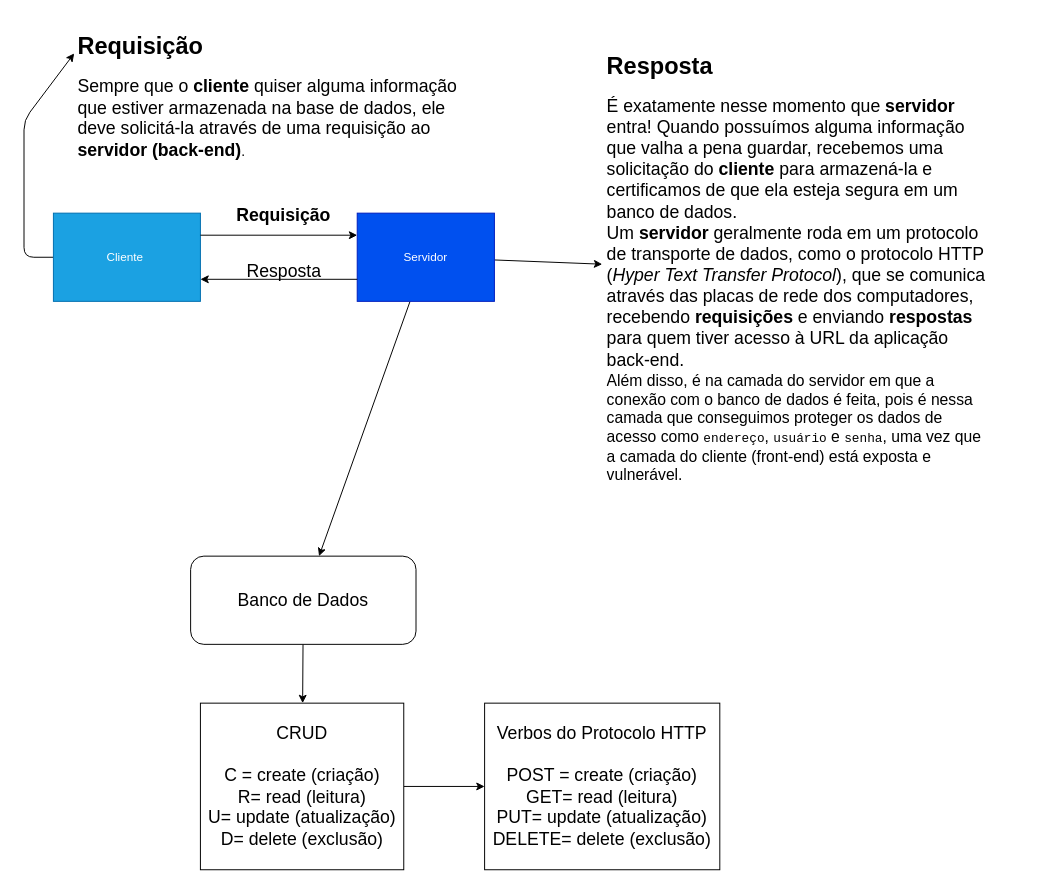
This is conceitos.drawio from YagoFogaca/API-EL-ELADON, a draw.io file, before an edit. Source tidied: cells renumbered, new cells numbered last; positions are measured from the earlier drawing's top-left corner, leaving out a move shared by most shapes. Both pictures are drawn from the tidied source at 98%, with x=0, y=0 at pixel (24, 26).
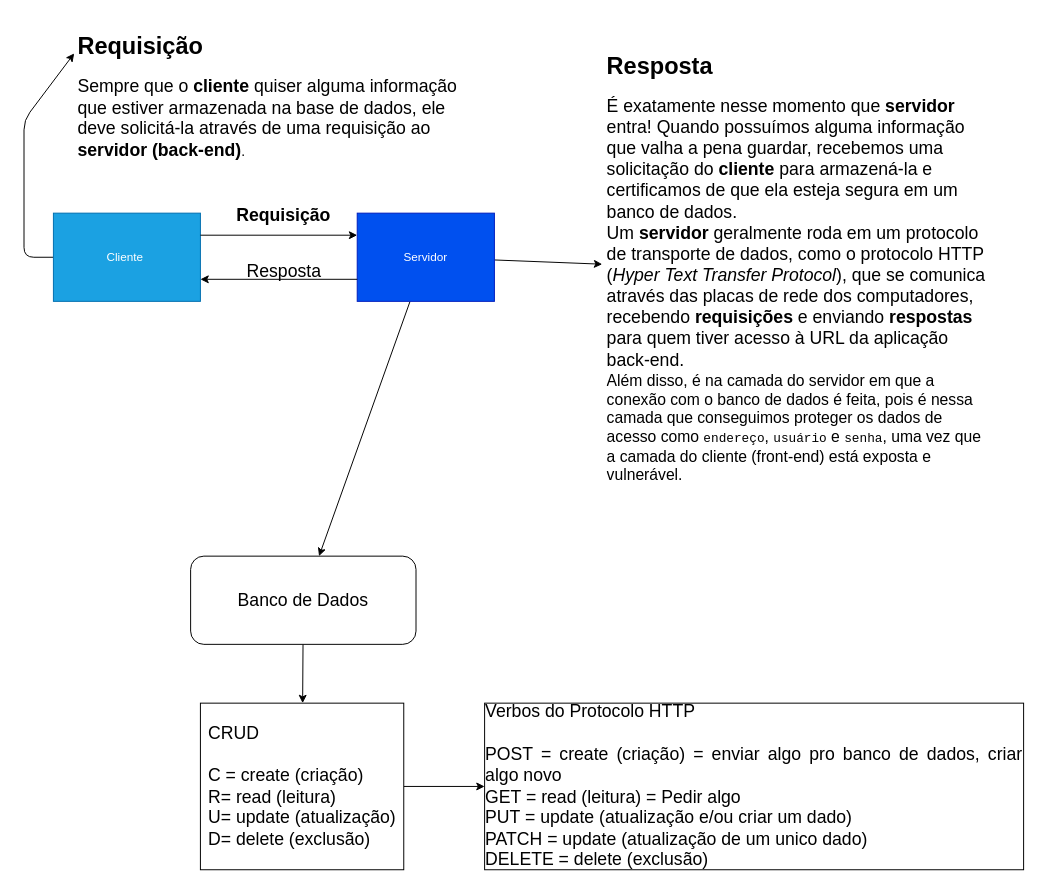
After the change.

The edit, as a diff of the source:
```diff
@@
-    <mxCell id="18" value="CRUD&lt;br&gt;&lt;br&gt;C = create (criação)&lt;br&gt;R= read (leitura)&lt;br&gt;U= update (atualização)&lt;br&gt;D= delete (exclusão)" style="rounded=0;whiteSpace=wrap;html=1;fontSize=18;" parent="1" vertex="1">
+    <mxCell id="18" value="&lt;div style=&quot;text-align: justify&quot;&gt;&lt;span&gt;CRUD&lt;/span&gt;&lt;/div&gt;&lt;div style=&quot;text-align: justify&quot;&gt;&lt;br&gt;&lt;/div&gt;&lt;div style=&quot;text-align: justify&quot;&gt;&lt;span&gt;C = create (criação)&lt;/span&gt;&lt;/div&gt;&lt;div style=&quot;text-align: justify&quot;&gt;&lt;span&gt;R= read (leitura)&lt;/span&gt;&lt;/div&gt;&lt;div style=&quot;text-align: justify&quot;&gt;&lt;span&gt;U= update (atualização)&lt;/span&gt;&lt;/div&gt;&lt;div style=&quot;text-align: justify&quot;&gt;&lt;span&gt;D= delete (exclusão)&lt;/span&gt;&lt;/div&gt;" style="rounded=0;whiteSpace=wrap;html=1;fontSize=18;" parent="1" vertex="1">
       <mxGeometry x="180" y="690" width="207.5" height="170" as="geometry" />
     </mxCell>
-    <mxCell id="19" value="&lt;span&gt;Verbos do Protocolo HTTP&lt;/span&gt;&lt;br&gt;&lt;br&gt;&lt;span&gt;POST = create (criação)&lt;/span&gt;&lt;br&gt;&lt;span&gt;GET= read (leitura)&lt;/span&gt;&lt;br&gt;&lt;span&gt;PUT= update (atualização)&lt;/span&gt;&lt;br&gt;&lt;span&gt;DELETE= delete (exclusão)&lt;/span&gt;" style="rounded=0;whiteSpace=wrap;html=1;fontSize=18;" parent="1" vertex="1">
-      <mxGeometry x="470" y="690" width="240" height="170" as="geometry" />
+    <mxCell id="19" value="&lt;div style=&quot;text-align: justify&quot;&gt;&lt;span&gt;Verbos do Protocolo HTTP&lt;/span&gt;&lt;/div&gt;&lt;div style=&quot;text-align: justify&quot;&gt;&lt;br&gt;&lt;/div&gt;&lt;span&gt;&lt;div style=&quot;text-align: justify&quot;&gt;&lt;span&gt;POST = create (criação) = enviar algo pro banco de dados, criar algo novo&lt;/span&gt;&lt;/div&gt;&lt;/span&gt;&lt;span&gt;&lt;div style=&quot;text-align: justify&quot;&gt;&lt;span&gt;GET = read (leitura) = Pedir algo&lt;/span&gt;&lt;/div&gt;&lt;div style=&quot;text-align: justify&quot;&gt;&lt;span&gt;PUT = update (atualização e/ou criar um dado)&lt;/span&gt;&lt;/div&gt;&lt;/span&gt;&lt;span&gt;&lt;div style=&quot;text-align: justify&quot;&gt;&lt;span&gt;PATCH = update (atualização de um unico dado)&lt;/span&gt;&lt;/div&gt;&lt;/span&gt;&lt;span&gt;&lt;div style=&quot;text-align: justify&quot;&gt;&lt;span&gt;DELETE = delete (exclusão)&lt;/span&gt;&lt;/div&gt;&lt;/span&gt;" style="rounded=0;whiteSpace=wrap;html=1;fontSize=18;" parent="1" vertex="1">
+      <mxGeometry x="470" y="690" width="550" height="170" as="geometry" />
     </mxCell>
```
